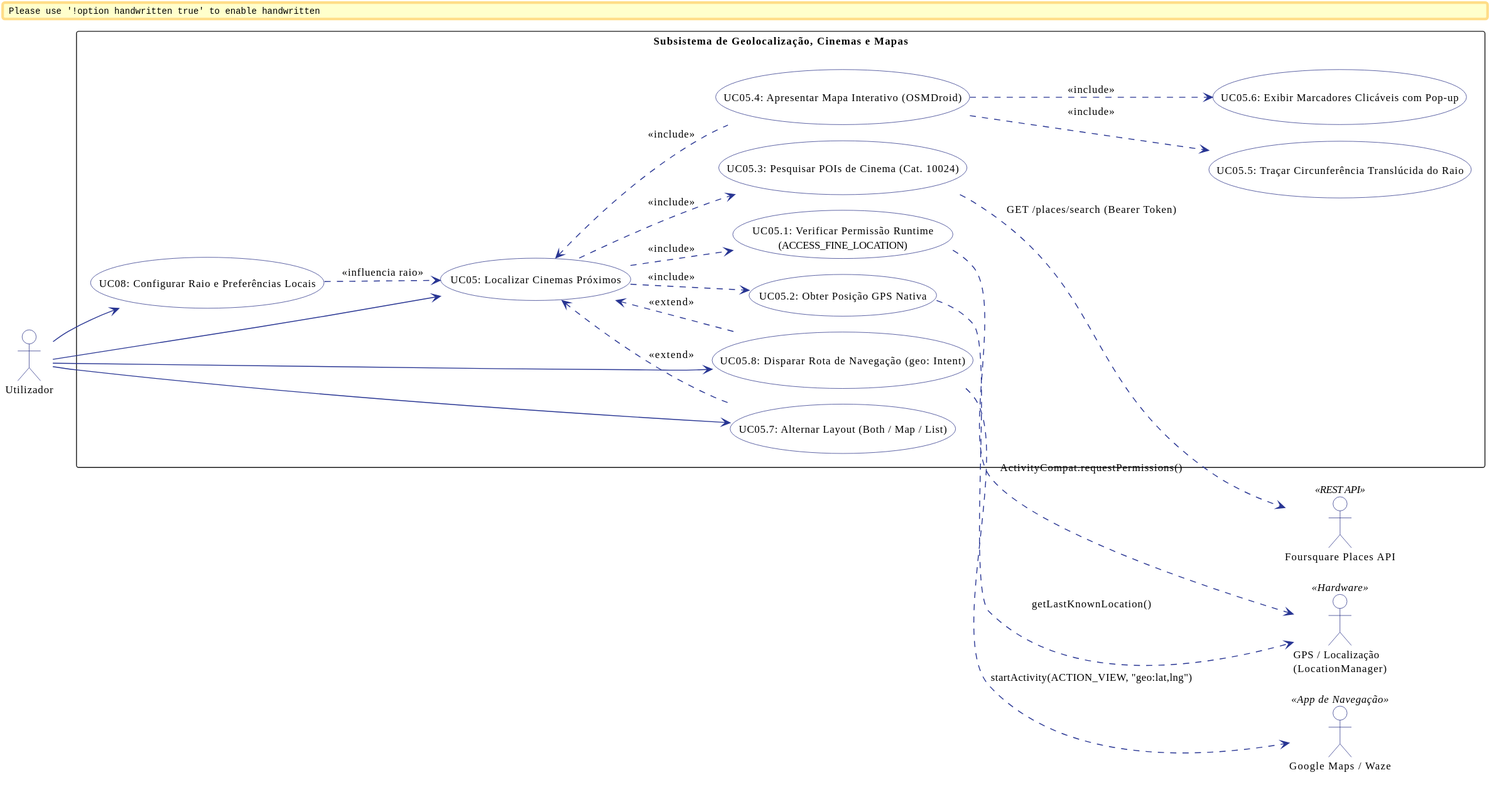
Above: docs/global-artifacts/svg/ucd_cinemas_mapping.svg in Andre-1240567/DSSMV_ProjectDroid_1240567_1241013 (PlantUML), before the change.
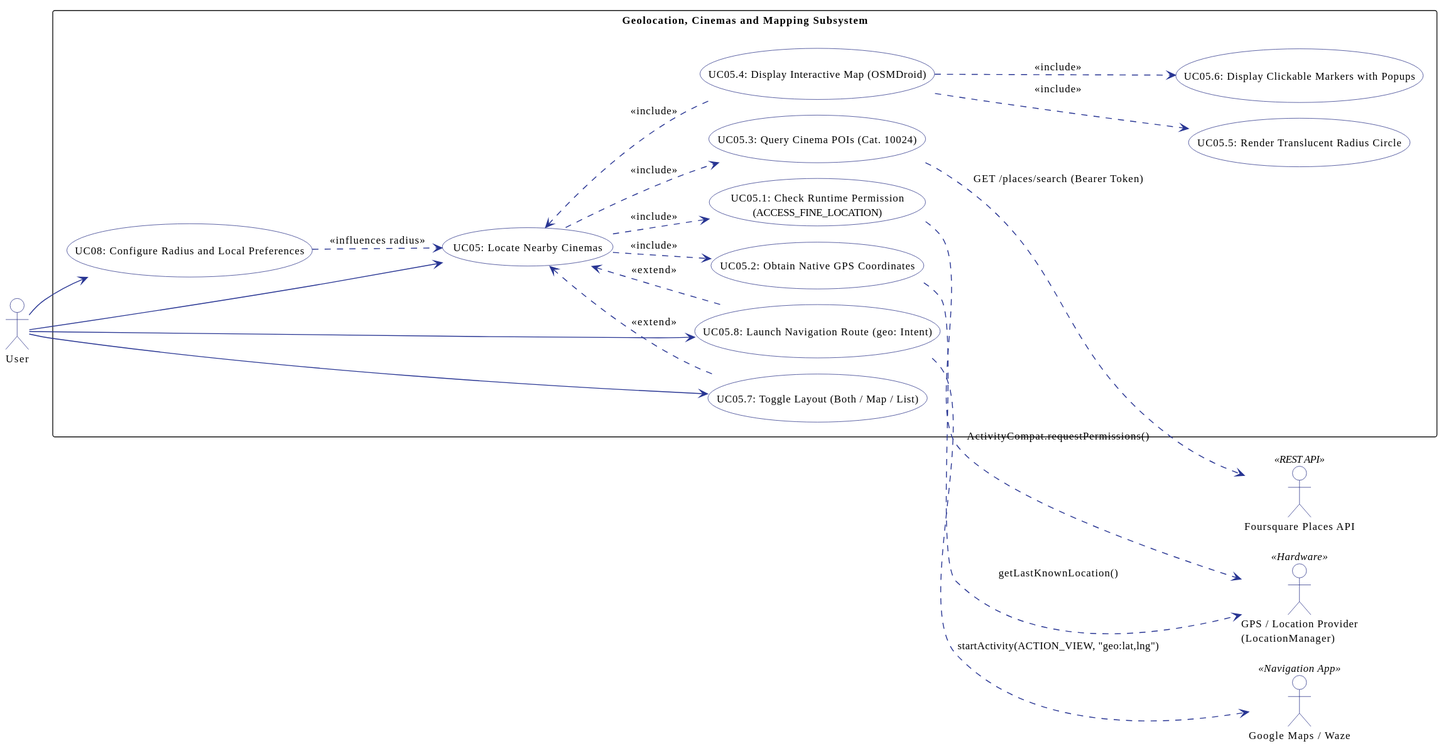
After the commit.

Change to the diagram source:
```diff
@@ -1,5 +1,4 @@
 @startuml
-skinparam handwritten false
 skinparam monochrome false
 skinparam shadowing false
 skinparam defaultFontName "Helvetica, Arial, sans-serif"
@@ -19,24 +18,24 @@
 
 left to right direction
 
-actor "Utilizador" as User
-actor "GPS / Localização\n(LocationManager)" as GPS <<Hardware>>
+actor "User" as User
+actor "GPS / Location Provider\n(LocationManager)" as GPS <<Hardware>>
 actor "Foursquare Places API" as FSQ <<REST API>>
-actor "Google Maps / Waze" as ExtMaps <<App de Navegação>>
+actor "Google Maps / Waze" as ExtMaps <<Navigation App>>
 
-rectangle "Subsistema de Geolocalização, Cinemas e Mapas" {
-    usecase "UC05: Localizar Cinemas Próximos" as UC05
-    usecase "UC05.1: Verificar Permissão Runtime\n(ACCESS_FINE_LOCATION)" as UC05_1
-    usecase "UC05.2: Obter Posição GPS Nativa" as UC05_2
-    usecase "UC05.3: Pesquisar POIs de Cinema (Cat. 10024)" as UC05_3
+rectangle "Geolocation, Cinemas and Mapping Subsystem" {
+    usecase "UC05: Locate Nearby Cinemas" as UC05
+    usecase "UC05.1: Check Runtime Permission\n(ACCESS_FINE_LOCATION)" as UC05_1
+    usecase "UC05.2: Obtain Native GPS Coordinates" as UC05_2
+    usecase "UC05.3: Query Cinema POIs (Cat. 10024)" as UC05_3
 
-    usecase "UC05.4: Apresentar Mapa Interativo (OSMDroid)" as UC05_4
-    usecase "UC05.5: Traçar Circunferência Translúcida do Raio" as UC05_5
-    usecase "UC05.6: Exibir Marcadores Clicáveis com Pop-up" as UC05_6
-    usecase "UC05.7: Alternar Layout (Both / Map / List)" as UC05_7
+    usecase "UC05.4: Display Interactive Map (OSMDroid)" as UC05_4
+    usecase "UC05.5: Render Translucent Radius Circle" as UC05_5
+    usecase "UC05.6: Display Clickable Markers with Popups" as UC05_6
+    usecase "UC05.7: Toggle Layout (Both / Map / List)" as UC05_7
 
-    usecase "UC05.8: Disparar Rota de Navegação (geo: Intent)" as UC05_8
-    usecase "UC08: Configurar Raio e Preferências Locais" as UC08
+    usecase "UC05.8: Launch Navigation Route (geo: Intent)" as UC05_8
+    usecase "UC08: Configure Radius and Local Preferences" as UC08
 }
 
 User --> UC05
@@ -54,7 +53,7 @@
 
 UC05 <.. UC05_7 : <<extend>>
 UC05 <.. UC05_8 : <<extend>>
-UC08 ..> UC05 : <<influencia raio>>
+UC08 ..> UC05 : <<influences radius>>
 
 UC05_1 ..> GPS : ActivityCompat.requestPermissions()
 UC05_2 ..> GPS : getLastKnownLocation()
```
